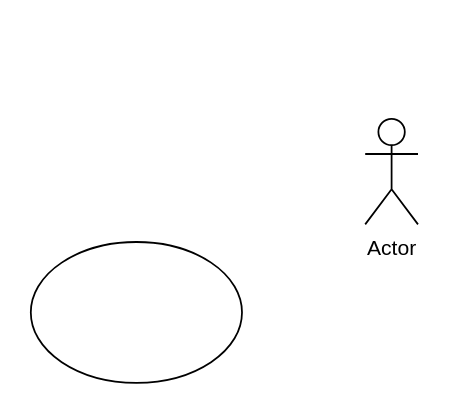
Earlier version of the draw.io diagram Untitled-1.dio (ronkovic/dio-demo). Source tidied: cells renumbered, new cells numbered last; positions are measured from the earlier drawing's top-left corner, leaving out a move shared by most shapes. Both pictures are drawn from the tidied source at 176%, with x=0, y=0 at pixel (30, 118).
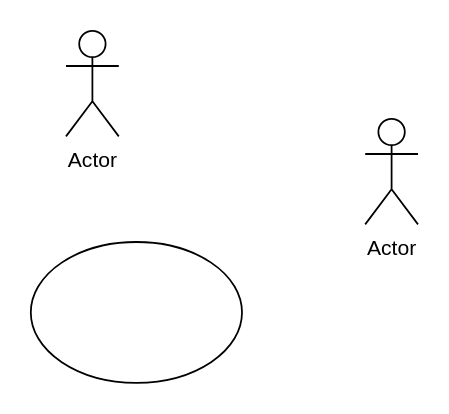
After the change.

Change to the diagram source:
```diff
@@
 <mxGraphModel>
   <root>
     <mxCell id="0" />
     <mxCell id="1" parent="0" />
     <mxCell id="2" style="ellipse;whiteSpace=wrap;html=1;" parent="1" vertex="1">
       <mxGeometry y="70" width="120" height="80" as="geometry" />
     </mxCell>
     <mxCell id="3" value="Actor" style="shape=umlActor;verticalLabelPosition=bottom;labelBackgroundColor=#ffffff;verticalAlign=top;html=1;" parent="1" vertex="1">
       <mxGeometry x="190" width="30" height="60" as="geometry" />
     </mxCell>
+    <mxCell id="4" value="Actor" style="shape=umlActor;verticalLabelPosition=bottom;labelBackgroundColor=#ffffff;verticalAlign=top;html=1;" parent="1" vertex="1">
+      <mxGeometry x="20" y="-50" width="30" height="60" as="geometry" />
+    </mxCell>
   </root>
 </mxGraphModel>
```
